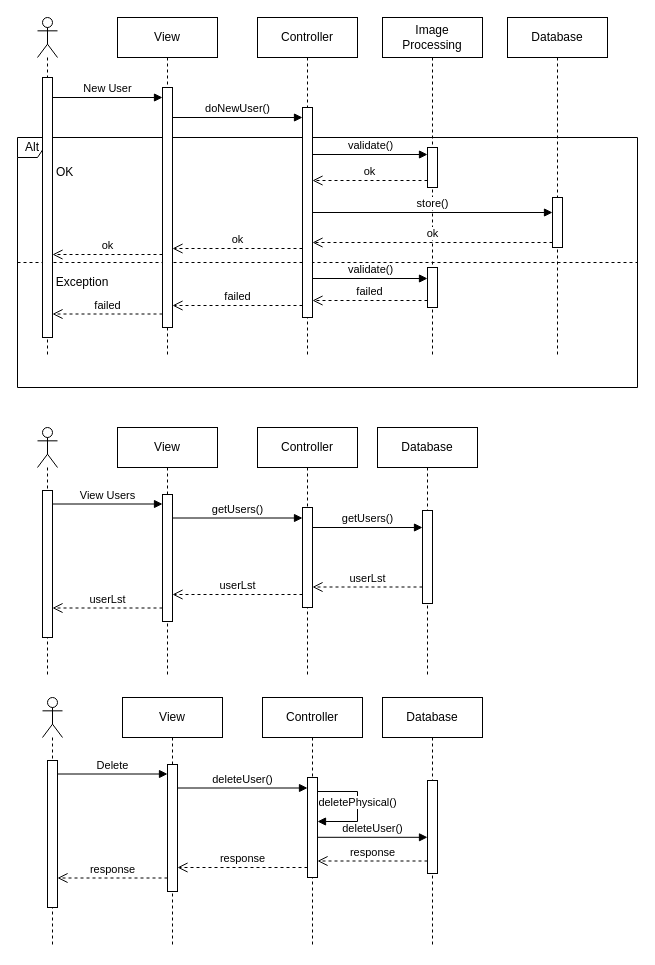
The draw.io diagram doc/diagrams/UserSequenceDiagram.drawio in DuckTheMug/image-server-for-iot-entry, before the edit. Source tidied: cells renumbered, new cells numbered last; positions are measured from the earlier drawing's top-left corner, leaving out a move shared by most shapes. Both pictures are drawn from the tidied source at 100%, with x=0, y=0 at pixel (17, 17).
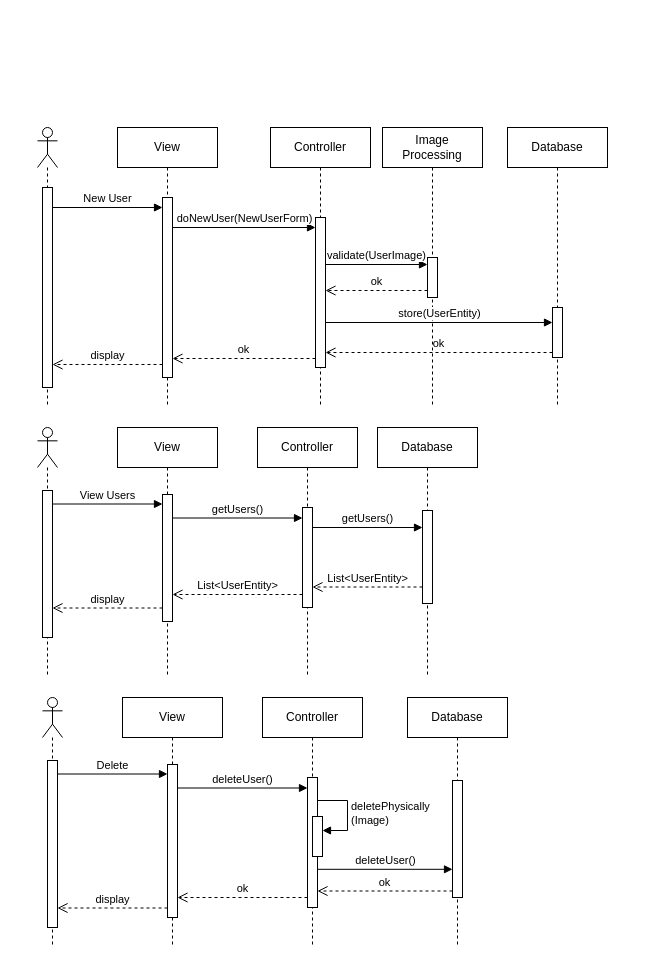
The same diagram, later.

Unchanged cells that the change refers to:
```xml
<mxCell id="43" style="shape=umlLifeline;perimeter=lifelinePerimeter;whiteSpace=wrap;html=1;newEdgeStyle={&quot;curved&quot;:0,&quot;rounded&quot;:0};participant=umlActor;" parent="1" vertex="1">
  <mxGeometry x="25" y="680" width="20" height="250" as="geometry" />
</mxCell>
<mxCell id="45" value="View" style="shape=umlLifeline;perimeter=lifelinePerimeter;whiteSpace=wrap;html=1;newEdgeStyle={&quot;curved&quot;:0,&quot;rounded&quot;:0};" parent="1" vertex="1">
  <mxGeometry x="105" y="680" width="100" height="250" as="geometry" />
</mxCell>
<mxCell id="47" value="Controller" style="shape=umlLifeline;perimeter=lifelinePerimeter;whiteSpace=wrap;html=1;newEdgeStyle={&quot;curved&quot;:0,&quot;rounded&quot;:0};" parent="1" vertex="1">
  <mxGeometry x="245" y="680" width="100" height="250" as="geometry" />
</mxCell>
```

The edit, as a diff of the source:
```diff
@@
-    <mxCell id="2" value="Alt" style="shape=umlFrame;whiteSpace=wrap;html=1;width=30;height=20;" parent="1" vertex="1">
-      <mxGeometry y="120" width="620" height="250" as="geometry" />
-    </mxCell>
-    <mxCell id="3" value="OK" style="text;html=1;" parent="2" vertex="1">
-      <mxGeometry width="80" height="20" relative="1" as="geometry">
-        <mxPoint x="37" y="21" as="offset" />
-      </mxGeometry>
-    </mxCell>
-    <mxCell id="4" style="line;strokeWidth=1;dashed=1;labelPosition=center;verticalLabelPosition=bottom;align=left;verticalAlign=top;spacingLeft=20;spacingTop=15;html=1;whiteSpace=wrap;" parent="2" vertex="1">
-      <mxGeometry y="120" width="620" height="10" as="geometry" />
-    </mxCell>
-    <mxCell id="5" value="Database" style="shape=umlLifeline;perimeter=lifelinePerimeter;whiteSpace=wrap;html=1;newEdgeStyle={&quot;curved&quot;:0,&quot;rounded&quot;:0};" parent="2" vertex="1">
-      <mxGeometry x="490" y="-120" width="100" height="340" as="geometry" />
-    </mxCell>
-    <mxCell id="6" style="html=1;points=[[0,0,0,0,5],[0,1,0,0,-5],[1,0,0,0,5],[1,1,0,0,-5]];perimeter=orthogonalPerimeter;outlineConnect=0;targetShapes=umlLifeline;portConstraint=eastwest;newEdgeStyle={&quot;curved&quot;:0,&quot;rounded&quot;:0};" parent="5" vertex="1">
-      <mxGeometry x="45" y="180" width="10" height="50" as="geometry" />
-    </mxCell>
-    <mxCell id="7" value="Exception" style="text;html=1;align=center;verticalAlign=middle;whiteSpace=wrap;rounded=0;" parent="2" vertex="1">
-      <mxGeometry x="35" y="130" width="60" height="30" as="geometry" />
-    </mxCell>
     <mxCell id="8" style="shape=umlLifeline;perimeter=lifelinePerimeter;whiteSpace=wrap;html=1;newEdgeStyle={&quot;curved&quot;:0,&quot;rounded&quot;:0};participant=umlActor;" parent="1" vertex="1">
-      <mxGeometry x="20" width="20" height="340" as="geometry" />
+      <mxGeometry x="20" y="110" width="20" height="280" as="geometry" />
     </mxCell>
     <mxCell id="9" style="html=1;perimeter=orthogonalPerimeter;targetShapes=umlLifeline;newEdgeStyle={&quot;curved&quot;:0,&quot;rounded&quot;:0};" parent="8" vertex="1">
-      <mxGeometry x="5" y="60" width="10" height="260" as="geometry" />
+      <mxGeometry x="5" y="60" width="10" height="200" as="geometry" />
     </mxCell>
     <mxCell id="10" value="View" style="shape=umlLifeline;perimeter=lifelinePerimeter;whiteSpace=wrap;html=1;newEdgeStyle={&quot;curved&quot;:0,&quot;rounded&quot;:0};" parent="1" vertex="1">
-      <mxGeometry x="100" width="100" height="340" as="geometry" />
+      <mxGeometry x="100" y="110" width="100" height="280" as="geometry" />
     </mxCell>
     <mxCell id="11" style="html=1;points=[[0,0,0,0,5],[0,1,0,0,-5],[1,0,0,0,5],[1,1,0,0,-5]];perimeter=orthogonalPerimeter;outlineConnect=0;targetShapes=umlLifeline;portConstraint=eastwest;newEdgeStyle={&quot;curved&quot;:0,&quot;rounded&quot;:0};" parent="10" vertex="1">
-      <mxGeometry x="45" y="70" width="10" height="240" as="geometry" />
+      <mxGeometry x="45" y="70" width="10" height="180" as="geometry" />
     </mxCell>
     <mxCell id="12" value="Controller" style="shape=umlLifeline;perimeter=lifelinePerimeter;whiteSpace=wrap;html=1;newEdgeStyle={&quot;curved&quot;:0,&quot;rounded&quot;:0};" parent="1" vertex="1">
-      <mxGeometry x="240" width="100" height="340" as="geometry" />
+      <mxGeometry x="253" y="110" width="100" height="280" as="geometry" />
     </mxCell>
     <mxCell id="13" style="html=1;points=[[0,0,0,0,5],[0,1,0,0,-5],[1,0,0,0,5],[1,1,0,0,-5]];perimeter=orthogonalPerimeter;outlineConnect=0;targetShapes=umlLifeline;portConstraint=eastwest;newEdgeStyle={&quot;curved&quot;:0,&quot;rounded&quot;:0};" parent="12" vertex="1">
-      <mxGeometry x="45" y="90" width="10" height="210" as="geometry" />
+      <mxGeometry x="45" y="90" width="10" height="150" as="geometry" />
     </mxCell>
     <mxCell id="14" value="New User" style="html=1;verticalAlign=bottom;endArrow=block;curved=0;rounded=0;" parent="1" edge="1" target="11">
       <mxGeometry relative="1" as="geometry">
-        <mxPoint x="35" y="80" as="sourcePoint" />
+        <mxPoint x="35" y="190" as="sourcePoint" />
       </mxGeometry>
     </mxCell>
-    <mxCell id="15" value="doNewUser()" style="html=1;verticalAlign=bottom;endArrow=block;curved=0;rounded=0;" parent="1" edge="1" target="13">
+    <mxCell id="15" value="doNewUser(NewUserForm)" style="html=1;verticalAlign=bottom;endArrow=block;curved=0;rounded=0;" parent="1" edge="1" target="13">
       <mxGeometry relative="1" as="geometry">
-        <mxPoint x="155" y="100" as="sourcePoint" />
+        <mxPoint x="155" y="210" as="sourcePoint" />
       </mxGeometry>
     </mxCell>
     <mxCell id="16" value="Image&lt;br&gt;Processing" style="shape=umlLifeline;perimeter=lifelinePerimeter;whiteSpace=wrap;html=1;newEdgeStyle={&quot;curved&quot;:0,&quot;rounded&quot;:0};" parent="1" vertex="1">
-      <mxGeometry x="365" width="100" height="340" as="geometry" />
+      <mxGeometry x="365" y="110" width="100" height="280" as="geometry" />
     </mxCell>
@@
-    <mxCell id="18" style="html=1;perimeter=orthogonalPerimeter;targetShapes=umlLifeline;newEdgeStyle={&quot;curved&quot;:0,&quot;rounded&quot;:0};" parent="16" vertex="1">
-      <mxGeometry x="45" y="250" width="10" height="40" as="geometry" />
-    </mxCell>
-    <mxCell id="19" value="validate()" style="html=1;verticalAlign=bottom;endArrow=block;curved=0;rounded=0;entryX=0;entryY=0;entryDx=0;entryDy=5;" parent="1" edge="1">
+    <mxCell id="19" value="validate(UserImage)" style="html=1;verticalAlign=bottom;endArrow=block;curved=0;rounded=0;entryX=0;entryY=0;entryDx=0;entryDy=5;" parent="1" edge="1" source="13">
       <mxGeometry relative="1" as="geometry">
-        <mxPoint x="295" y="137" as="sourcePoint" />
-        <mxPoint x="410" y="137" as="targetPoint" />
+        <mxPoint x="410" y="247" as="targetPoint" />
       </mxGeometry>
     </mxCell>
-    <mxCell id="20" value="ok" style="html=1;verticalAlign=bottom;endArrow=open;dashed=1;endSize=8;curved=0;rounded=0;" parent="1" edge="1">
+    <mxCell id="20" value="ok" style="html=1;verticalAlign=bottom;endArrow=open;dashed=1;endSize=8;curved=0;rounded=0;" parent="1" edge="1" target="13">
       <mxGeometry relative="1" as="geometry">
-        <mxPoint x="410" y="163" as="sourcePoint" />
-        <mxPoint x="295" y="163" as="targetPoint" />
+        <mxPoint x="410" y="273" as="sourcePoint" />
       </mxGeometry>
     </mxCell>
-    <mxCell id="21" value="store()" style="html=1;verticalAlign=bottom;endArrow=block;curved=0;rounded=0;entryX=0;entryY=0;entryDx=0;entryDy=5;" parent="1" edge="1">
+    <mxCell id="21" value="store(UserEntity)" style="html=1;verticalAlign=bottom;endArrow=block;curved=0;rounded=0;entryX=0;entryY=0;entryDx=0;entryDy=5;" parent="1" edge="1" source="13">
       <mxGeometry relative="1" as="geometry">
-        <mxPoint x="295" y="195" as="sourcePoint" />
-        <mxPoint x="535" y="195" as="targetPoint" />
+        <mxPoint x="535" y="305" as="targetPoint" />
       </mxGeometry>
     </mxCell>
@@
-    <mxCell id="23" value="failed" style="html=1;verticalAlign=bottom;endArrow=open;dashed=1;endSize=8;curved=0;rounded=0;" parent="1" edge="1">
-      <mxGeometry relative="1" as="geometry">
-        <mxPoint x="410" y="283" as="sourcePoint" />
-        <mxPoint x="295" y="283" as="targetPoint" />
-      </mxGeometry>
-    </mxCell>
-    <mxCell id="24" value="validate()" style="html=1;verticalAlign=bottom;endArrow=block;curved=0;rounded=0;entryX=0;entryY=0;entryDx=0;entryDy=5;" parent="1" edge="1">
-      <mxGeometry relative="1" as="geometry">
-        <mxPoint x="295" y="261" as="sourcePoint" />
-        <mxPoint x="410" y="261" as="targetPoint" />
-      </mxGeometry>
-    </mxCell>
-    <mxCell id="25" value="ok" style="html=1;verticalAlign=bottom;endArrow=open;dashed=1;endSize=8;curved=0;rounded=0;" parent="1" edge="1">
+    <mxCell id="25" value="ok" style="html=1;verticalAlign=bottom;endArrow=open;dashed=1;endSize=8;curved=0;rounded=0;" parent="1" edge="1" source="13">
       <mxGeometry relative="1" as="geometry">
-        <mxPoint x="285" y="231" as="sourcePoint" />
-        <mxPoint x="155" y="231" as="targetPoint" />
+        <mxPoint x="155" y="341" as="targetPoint" />
       </mxGeometry>
     </mxCell>
-    <mxCell id="26" value="ok" style="html=1;verticalAlign=bottom;endArrow=open;dashed=1;endSize=8;curved=0;rounded=0;" parent="1" edge="1" source="11">
+    <mxCell id="26" value="display" style="html=1;verticalAlign=bottom;endArrow=open;dashed=1;endSize=8;curved=0;rounded=0;" parent="1" edge="1" source="11">
       <mxGeometry relative="1" as="geometry">
-        <mxPoint x="35" y="237" as="targetPoint" />
+        <mxPoint x="35" y="347" as="targetPoint" />
       </mxGeometry>
     </mxCell>
-    <mxCell id="27" value="failed" style="html=1;verticalAlign=bottom;endArrow=open;dashed=1;endSize=8;curved=0;rounded=0;" parent="1" edge="1">
-      <mxGeometry relative="1" as="geometry">
-        <mxPoint x="285" y="288" as="sourcePoint" />
-        <mxPoint x="155" y="288" as="targetPoint" />
-      </mxGeometry>
-    </mxCell>
-    <mxCell id="28" value="failed" style="html=1;verticalAlign=bottom;endArrow=open;dashed=1;endSize=8;curved=0;rounded=0;" parent="1" edge="1">
-      <mxGeometry relative="1" as="geometry">
-        <mxPoint x="145" y="296.5" as="sourcePoint" />
-        <mxPoint x="35" y="296.5" as="targetPoint" />
-      </mxGeometry>
-    </mxCell>
@@
-    <mxCell id="40" value="userLst" style="html=1;verticalAlign=bottom;endArrow=open;dashed=1;endSize=8;curved=0;rounded=0;" parent="1" edge="1">
+    <mxCell id="40" value="List&amp;lt;UserEntity&amp;gt;" style="html=1;verticalAlign=bottom;endArrow=open;dashed=1;endSize=8;curved=0;rounded=0;" parent="1" edge="1">
       <mxGeometry relative="1" as="geometry">
         <mxPoint x="405" y="569.5" as="sourcePoint" />
         <mxPoint x="295" y="569.5" as="targetPoint" />
       </mxGeometry>
     </mxCell>
-    <mxCell id="41" value="userLst" style="html=1;verticalAlign=bottom;endArrow=open;dashed=1;endSize=8;curved=0;rounded=0;" parent="1" edge="1">
+    <mxCell id="41" value="List&amp;lt;UserEntity&amp;gt;" style="html=1;verticalAlign=bottom;endArrow=open;dashed=1;endSize=8;curved=0;rounded=0;" parent="1" edge="1">
       <mxGeometry relative="1" as="geometry">
         <mxPoint x="285" y="577" as="sourcePoint" />
         <mxPoint x="155" y="577" as="targetPoint" />
       </mxGeometry>
     </mxCell>
-    <mxCell id="42" value="userLst" style="html=1;verticalAlign=bottom;endArrow=open;dashed=1;endSize=8;curved=0;rounded=0;" parent="1" edge="1">
+    <mxCell id="42" value="display" style="html=1;verticalAlign=bottom;endArrow=open;dashed=1;endSize=8;curved=0;rounded=0;" parent="1" edge="1">
       <mxGeometry relative="1" as="geometry">
         <mxPoint x="145" y="590.5" as="sourcePoint" />
         <mxPoint x="35" y="590.5" as="targetPoint" />
       </mxGeometry>
     </mxCell>
@@
     <mxCell id="44" style="html=1;perimeter=orthogonalPerimeter;targetShapes=umlLifeline;newEdgeStyle={&quot;curved&quot;:0,&quot;rounded&quot;:0};" parent="43" vertex="1">
-      <mxGeometry x="5" y="63" width="10" height="147" as="geometry" />
+      <mxGeometry x="5" y="63" width="10" height="167" as="geometry" />
     </mxCell>
@@
     <mxCell id="46" style="html=1;perimeter=orthogonalPerimeter;targetShapes=umlLifeline;newEdgeStyle={&quot;curved&quot;:0,&quot;rounded&quot;:0};" parent="45" vertex="1">
-      <mxGeometry x="45" y="67" width="10" height="127" as="geometry" />
+      <mxGeometry x="45" y="67" width="10" height="153" as="geometry" />
     </mxCell>
@@
     <mxCell id="48" style="html=1;perimeter=orthogonalPerimeter;targetShapes=umlLifeline;newEdgeStyle={&quot;curved&quot;:0,&quot;rounded&quot;:0};" parent="47" vertex="1">
-      <mxGeometry x="45" y="80" width="10" height="100" as="geometry" />
+      <mxGeometry x="45" y="80" width="10" height="130" as="geometry" />
     </mxCell>
+    <mxCell id="58" style="html=1;points=[[0,0,0,0,5],[0,1,0,0,-5],[1,0,0,0,5],[1,1,0,0,-5]];perimeter=orthogonalPerimeter;outlineConnect=0;targetShapes=umlLifeline;portConstraint=eastwest;newEdgeStyle={&quot;curved&quot;:0,&quot;rounded&quot;:0};" parent="47" vertex="1">
+      <mxGeometry x="50" y="119" width="10" height="40" as="geometry" />
+    </mxCell>
+    <mxCell id="59" value="deletePhysically&lt;br&gt;(Image)" style="html=1;align=left;spacingLeft=2;endArrow=block;rounded=0;edgeStyle=orthogonalEdgeStyle;curved=0;rounded=0;" parent="47" edge="1" target="58">
+      <mxGeometry relative="1" as="geometry">
+        <mxPoint x="55" y="103" as="sourcePoint" />
+        <Array as="points">
+          <mxPoint x="85" y="133" />
+        </Array>
+      </mxGeometry>
+    </mxCell>
     <mxCell id="49" value="Database" style="shape=umlLifeline;perimeter=lifelinePerimeter;whiteSpace=wrap;html=1;newEdgeStyle={&quot;curved&quot;:0,&quot;rounded&quot;:0};" parent="1" vertex="1">
-      <mxGeometry x="365" y="680" width="100" height="250" as="geometry" />
+      <mxGeometry x="390" y="680" width="100" height="250" as="geometry" />
     </mxCell>
     <mxCell id="50" style="html=1;points=[[0,0,0,0,5],[0,1,0,0,-5],[1,0,0,0,5],[1,1,0,0,-5]];perimeter=orthogonalPerimeter;outlineConnect=0;targetShapes=umlLifeline;portConstraint=eastwest;newEdgeStyle={&quot;curved&quot;:0,&quot;rounded&quot;:0};" parent="49" vertex="1">
-      <mxGeometry x="45" y="83" width="10" height="93" as="geometry" />
+      <mxGeometry x="45" y="83" width="10" height="117" as="geometry" />
     </mxCell>
@@
     <mxCell id="53" value="deleteUser()" style="html=1;verticalAlign=bottom;endArrow=block;curved=0;rounded=0;" parent="1" edge="1">
       <mxGeometry relative="1" as="geometry">
-        <mxPoint x="300" y="819.8" as="sourcePoint" />
-        <mxPoint x="410" y="819.8" as="targetPoint" />
+        <mxPoint x="300" y="851.8" as="sourcePoint" />
+        <mxPoint x="435" y="851.8" as="targetPoint" />
       </mxGeometry>
     </mxCell>
-    <mxCell id="54" value="response" style="html=1;verticalAlign=bottom;endArrow=open;dashed=1;endSize=8;curved=0;rounded=0;" parent="1" edge="1">
+    <mxCell id="54" value="ok" style="html=1;verticalAlign=bottom;endArrow=open;dashed=1;endSize=8;curved=0;rounded=0;" parent="1" edge="1" source="50">
       <mxGeometry relative="1" as="geometry">
-        <mxPoint x="410" y="843.5" as="sourcePoint" />
-        <mxPoint x="300" y="843.5" as="targetPoint" />
+        <mxPoint x="300" y="873.5" as="targetPoint" />
       </mxGeometry>
     </mxCell>
-    <mxCell id="55" value="response" style="html=1;verticalAlign=bottom;endArrow=open;dashed=1;endSize=8;curved=0;rounded=0;" parent="1" edge="1">
+    <mxCell id="55" value="ok" style="html=1;verticalAlign=bottom;endArrow=open;dashed=1;endSize=8;curved=0;rounded=0;" parent="1" edge="1">
       <mxGeometry relative="1" as="geometry">
-        <mxPoint x="290" y="850" as="sourcePoint" />
-        <mxPoint x="160" y="850" as="targetPoint" />
+        <mxPoint x="290" y="880" as="sourcePoint" />
+        <mxPoint x="160" y="880" as="targetPoint" />
       </mxGeometry>
     </mxCell>
-    <mxCell id="56" value="response" style="html=1;verticalAlign=bottom;endArrow=open;dashed=1;endSize=8;curved=0;rounded=0;" parent="1" edge="1">
+    <mxCell id="56" value="display" style="html=1;verticalAlign=bottom;endArrow=open;dashed=1;endSize=8;curved=0;rounded=0;" parent="1" edge="1">
       <mxGeometry relative="1" as="geometry">
-        <mxPoint x="150" y="860.5" as="sourcePoint" />
-        <mxPoint x="40" y="860.5" as="targetPoint" />
+        <mxPoint x="150" y="890.5" as="sourcePoint" />
+        <mxPoint x="40" y="890.5" as="targetPoint" />
       </mxGeometry>
     </mxCell>
-    <mxCell id="57" value="deletePhysical()" style="html=1;verticalAlign=bottom;endArrow=block;curved=0;rounded=0;" parent="1" edge="1">
-      <mxGeometry x="0.09" relative="1" as="geometry">
-        <mxPoint x="300" y="774" as="sourcePoint" />
-        <mxPoint x="300" y="804" as="targetPoint" />
-        <Array as="points">
-          <mxPoint x="340" y="774" />
-          <mxPoint x="340" y="804" />
-        </Array>
-      </mxGeometry>
-    </mxCell>
+    <mxCell id="5" value="Database" style="shape=umlLifeline;perimeter=lifelinePerimeter;whiteSpace=wrap;html=1;newEdgeStyle={&quot;curved&quot;:0,&quot;rounded&quot;:0};" parent="1" vertex="1">
+      <mxGeometry x="490" y="110" width="100" height="280" as="geometry" />
+    </mxCell>
+    <mxCell id="6" style="html=1;points=[[0,0,0,0,5],[0,1,0,0,-5],[1,0,0,0,5],[1,1,0,0,-5]];perimeter=orthogonalPerimeter;outlineConnect=0;targetShapes=umlLifeline;portConstraint=eastwest;newEdgeStyle={&quot;curved&quot;:0,&quot;rounded&quot;:0};" parent="5" vertex="1">
+      <mxGeometry x="45" y="180" width="10" height="50" as="geometry" />
+    </mxCell>
```
